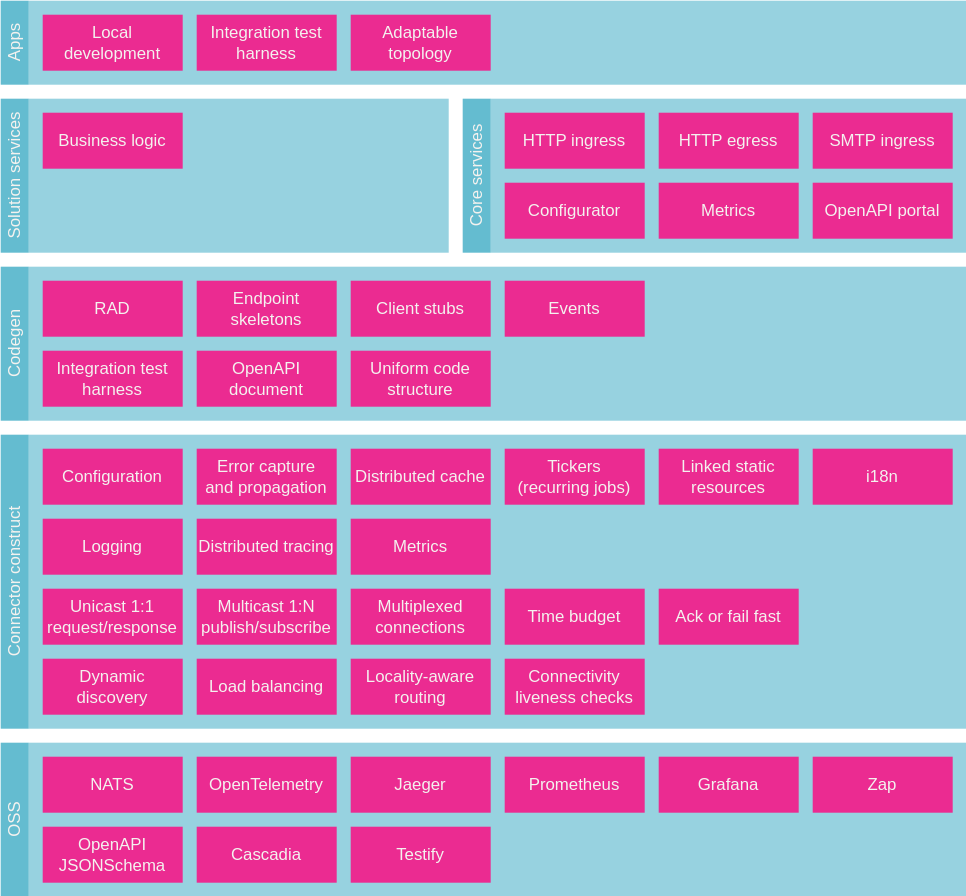
Above: docs/blocks/layers-1.drawio.svg in microbus-io/fabric (draw.io), before the change. Source tidied: cells renumbered, new cells last; positions are measured from the earlier drawing's top-left corner, leaving out a move shared by most shapes.
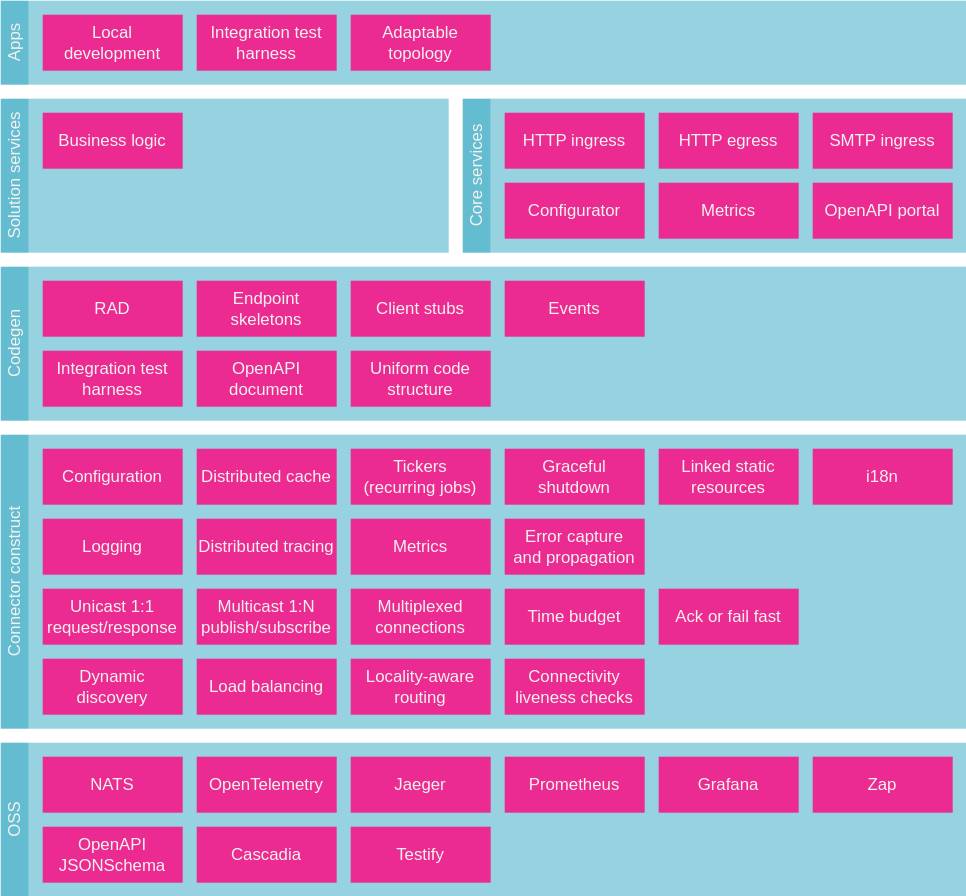
Above is the later version.

What changed in the source:
```diff
@@ -45,13 +45,13 @@
       <mxGeometry x="30" y="320" width="100" height="40" as="geometry" />
     </mxCell>
     <mxCell id="16" value="Error capture&lt;br&gt;and propagation" style="rounded=0;whiteSpace=wrap;html=1;fillColor=#eb2b91;strokeColor=none;fontColor=#F4F2EF;align=center;verticalAlign=middle;fontFamily=Helvetica;fontSize=12;" parent="1" vertex="1">
-      <mxGeometry x="140" y="320" width="100" height="40" as="geometry" />
+      <mxGeometry x="360" y="370" width="100" height="40" as="geometry" />
     </mxCell>
     <mxCell id="17" value="Distributed cache" style="rounded=0;whiteSpace=wrap;html=1;fillColor=#eb2b91;strokeColor=none;fontColor=#F4F2EF;align=center;verticalAlign=middle;fontFamily=Helvetica;fontSize=12;" parent="1" vertex="1">
-      <mxGeometry x="250" y="320" width="100" height="40" as="geometry" />
+      <mxGeometry x="140" y="320" width="100" height="40" as="geometry" />
     </mxCell>
     <mxCell id="18" value="Tickers&lt;div&gt;(recurring jobs)&lt;/div&gt;" style="rounded=0;whiteSpace=wrap;html=1;fillColor=#eb2b91;strokeColor=none;fontColor=#F4F2EF;align=center;verticalAlign=middle;fontFamily=Helvetica;fontSize=12;" parent="1" vertex="1">
-      <mxGeometry x="360" y="320" width="100" height="40" as="geometry" />
+      <mxGeometry x="250" y="320" width="100" height="40" as="geometry" />
     </mxCell>
     <mxCell id="19" value="Linked static resources" style="rounded=0;whiteSpace=wrap;html=1;fillColor=#eb2b91;strokeColor=none;fontColor=#F4F2EF;align=center;verticalAlign=middle;fontFamily=Helvetica;fontSize=12;" parent="1" vertex="1">
       <mxGeometry x="470" y="320" width="100" height="40" as="geometry" />
@@ -170,5 +170,8 @@
     <mxCell id="57" value="Multiplexed connections" style="rounded=0;whiteSpace=wrap;html=1;fillColor=#eb2b91;strokeColor=none;fontColor=#F4F2EF;align=center;verticalAlign=middle;fontFamily=Helvetica;fontSize=12;" parent="1" vertex="1">
       <mxGeometry x="250" y="420" width="100" height="40" as="geometry" />
     </mxCell>
+    <mxCell id="58" value="Graceful shutdown" style="rounded=0;whiteSpace=wrap;html=1;fillColor=#eb2b91;strokeColor=none;fontColor=#F4F2EF;align=center;verticalAlign=middle;fontFamily=Helvetica;fontSize=12;" parent="1" vertex="1">
+      <mxGeometry x="360" y="320" width="100" height="40" as="geometry" />
+    </mxCell>
   </root>
 </mxGraphModel>
```
